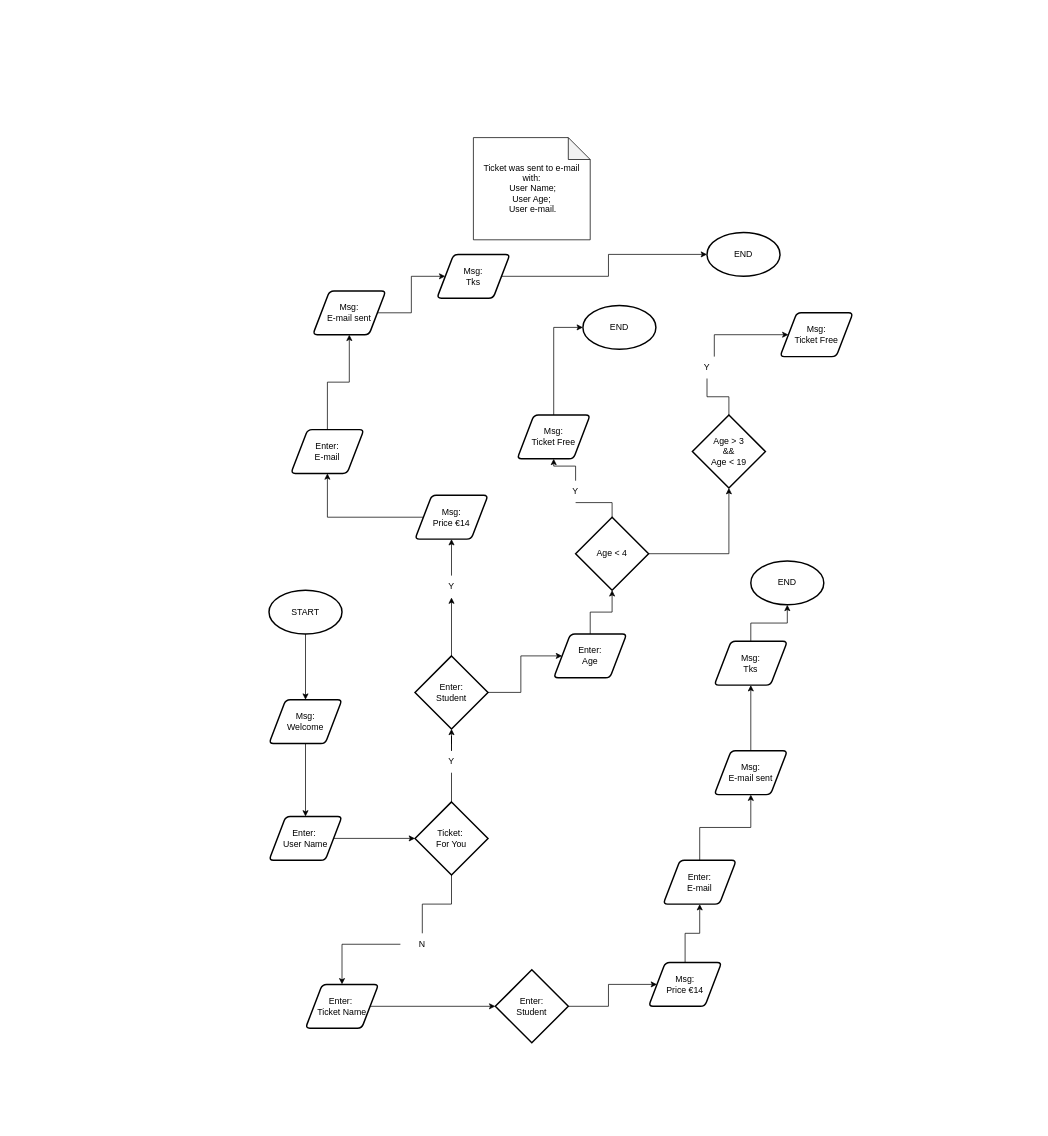
The draw.io diagram js/Untitled Diagram.drawio in sergio-oliveira-br/NCI-CA-Web-Design, before the edit. Source tidied: cells renumbered, new cells numbered last; positions are measured from the earlier drawing's top-left corner, leaving out a move shared by most shapes. Both pictures are drawn from the tidied source at 73%, with x=0, y=0 at pixel (269, 137).
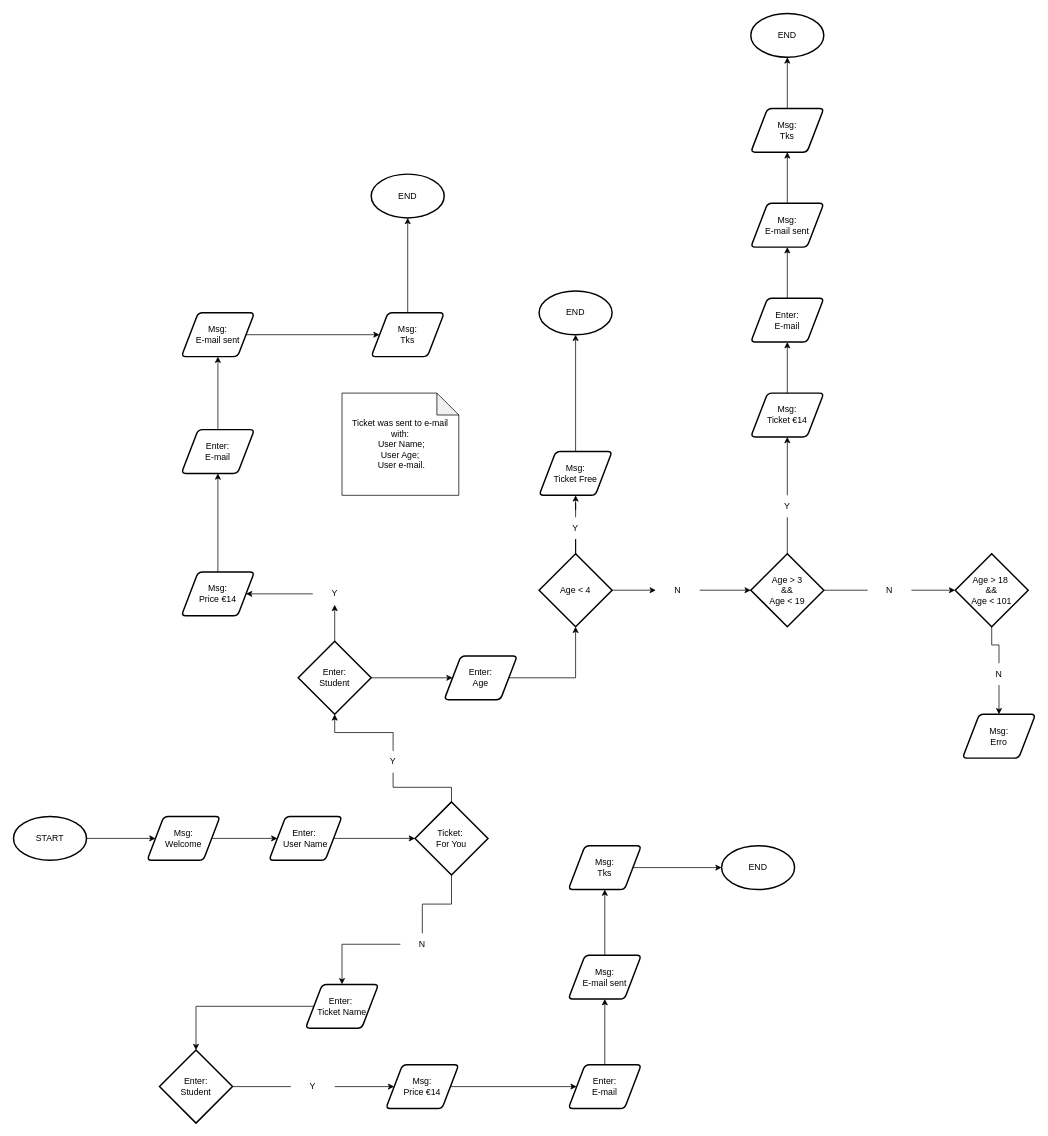
After the change.

Change to the diagram source:
```diff
@@
     <mxCell id="3" value="START" style="strokeWidth=2;html=1;shape=mxgraph.flowchart.start_1;whiteSpace=wrap;" parent="1" vertex="1">
-      <mxGeometry y="620" width="100" height="60" as="geometry" />
+      <mxGeometry x="-350" y="930" width="100" height="60" as="geometry" />
     </mxCell>
@@
     <mxCell id="5" value="Msg:&lt;br&gt;Welcome" style="shape=parallelogram;html=1;strokeWidth=2;perimeter=parallelogramPerimeter;whiteSpace=wrap;rounded=1;arcSize=12;size=0.23;" parent="1" vertex="1">
-      <mxGeometry y="770" width="100" height="60" as="geometry" />
+      <mxGeometry x="-167" y="930" width="100" height="60" as="geometry" />
     </mxCell>
@@
-    <mxCell id="11" style="edgeStyle=orthogonalEdgeStyle;rounded=0;jettySize=auto;html=1;endArrow=none;endFill=0;" parent="1" edge="1" source="42">
-      <mxGeometry relative="1" as="geometry">
-        <mxPoint x="250" y="830" as="targetPoint" />
-      </mxGeometry>
-    </mxCell>
@@
     <mxCell id="14" value="Enter:&lt;br&gt;Student" style="strokeWidth=2;html=1;shape=mxgraph.flowchart.decision;whiteSpace=wrap;" parent="1" vertex="1">
-      <mxGeometry x="200" y="710" width="100" height="100" as="geometry" />
+      <mxGeometry x="40" y="690" width="100" height="100" as="geometry" />
     </mxCell>
@@
     <mxCell id="16" value="Msg:&lt;br&gt;Price €14" style="shape=parallelogram;html=1;strokeWidth=2;perimeter=parallelogramPerimeter;whiteSpace=wrap;rounded=1;arcSize=12;size=0.23;" parent="1" vertex="1">
-      <mxGeometry x="200" y="490" width="100" height="60" as="geometry" />
+      <mxGeometry x="-120" y="595" width="100" height="60" as="geometry" />
     </mxCell>
@@
     <mxCell id="18" value="Y" style="text;html=1;strokeColor=none;fillColor=none;align=center;verticalAlign=middle;whiteSpace=wrap;rounded=0;" parent="1" vertex="1">
-      <mxGeometry x="220" y="600" width="60" height="30" as="geometry" />
+      <mxGeometry x="60" y="610" width="60" height="30" as="geometry" />
     </mxCell>
@@
     <mxCell id="20" value="Enter:&lt;br&gt;E-mail" style="shape=parallelogram;html=1;strokeWidth=2;perimeter=parallelogramPerimeter;whiteSpace=wrap;rounded=1;arcSize=12;size=0.23;" parent="1" vertex="1">
-      <mxGeometry x="30" y="400" width="100" height="60" as="geometry" />
+      <mxGeometry x="-120" y="400" width="100" height="60" as="geometry" />
     </mxCell>
@@
     <mxCell id="22" value="Msg:&lt;br&gt;E-mail sent" style="shape=parallelogram;html=1;strokeWidth=2;perimeter=parallelogramPerimeter;whiteSpace=wrap;rounded=1;arcSize=12;size=0.23;" parent="1" vertex="1">
-      <mxGeometry x="60" y="210" width="100" height="60" as="geometry" />
+      <mxGeometry x="-120" y="240" width="100" height="60" as="geometry" />
     </mxCell>
@@
     <mxCell id="24" value="Msg:&lt;br&gt;Tks" style="shape=parallelogram;html=1;strokeWidth=2;perimeter=parallelogramPerimeter;whiteSpace=wrap;rounded=1;arcSize=12;size=0.23;" parent="1" vertex="1">
-      <mxGeometry x="230" y="160" width="100" height="60" as="geometry" />
+      <mxGeometry x="140" y="240" width="100" height="60" as="geometry" />
     </mxCell>
     <mxCell id="25" value="END" style="strokeWidth=2;html=1;shape=mxgraph.flowchart.start_1;whiteSpace=wrap;" parent="1" vertex="1">
-      <mxGeometry x="600" y="130" width="100" height="60" as="geometry" />
+      <mxGeometry x="140" y="50" width="100" height="60" as="geometry" />
     </mxCell>
@@
     <mxCell id="28" value="Ticket was sent to e-mail with:&lt;br&gt;&amp;nbsp;User Name;&lt;br&gt;User Age;&lt;br&gt;&amp;nbsp;User e-mail." style="shape=note;whiteSpace=wrap;html=1;backgroundOutline=1;darkOpacity=0.05;" parent="1" vertex="1">
-      <mxGeometry x="280" width="160" height="140" as="geometry" />
+      <mxGeometry x="100" y="350" width="160" height="140" as="geometry" />
     </mxCell>
@@
-    <mxCell id="31" style="edgeStyle=orthogonalEdgeStyle;rounded=0;jettySize=auto;html=1;" parent="1" edge="1" source="32" target="34">
+    <mxCell id="31" style="edgeStyle=orthogonalEdgeStyle;rounded=0;jettySize=auto;html=1;" parent="1" edge="1" source="68" target="34">
       <mxGeometry relative="1" as="geometry" />
     </mxCell>
     <mxCell id="32" value="Enter:&lt;br&gt;Student" style="strokeWidth=2;html=1;shape=mxgraph.flowchart.decision;whiteSpace=wrap;" parent="1" vertex="1">
-      <mxGeometry x="310" y="1140" width="100" height="100" as="geometry" />
+      <mxGeometry x="-150" y="1250" width="100" height="100" as="geometry" />
     </mxCell>
@@
     <mxCell id="34" value="Msg:&lt;br&gt;Price €14" style="shape=parallelogram;html=1;strokeWidth=2;perimeter=parallelogramPerimeter;whiteSpace=wrap;rounded=1;arcSize=12;size=0.23;" parent="1" vertex="1">
-      <mxGeometry x="520" y="1130" width="100" height="60" as="geometry" />
+      <mxGeometry x="160" y="1270" width="100" height="60" as="geometry" />
     </mxCell>
@@
     <mxCell id="36" value="Enter:&lt;br&gt;E-mail" style="shape=parallelogram;html=1;strokeWidth=2;perimeter=parallelogramPerimeter;whiteSpace=wrap;rounded=1;arcSize=12;size=0.23;" parent="1" vertex="1">
-      <mxGeometry x="540" y="990" width="100" height="60" as="geometry" />
+      <mxGeometry x="410" y="1270" width="100" height="60" as="geometry" />
     </mxCell>
@@
     <mxCell id="38" value="Msg:&lt;br&gt;E-mail sent" style="shape=parallelogram;html=1;strokeWidth=2;perimeter=parallelogramPerimeter;whiteSpace=wrap;rounded=1;arcSize=12;size=0.23;" parent="1" vertex="1">
-      <mxGeometry x="610" y="840" width="100" height="60" as="geometry" />
+      <mxGeometry x="410" y="1120" width="100" height="60" as="geometry" />
     </mxCell>
@@
     <mxCell id="40" value="Msg:&lt;br&gt;Tks" style="shape=parallelogram;html=1;strokeWidth=2;perimeter=parallelogramPerimeter;whiteSpace=wrap;rounded=1;arcSize=12;size=0.23;" parent="1" vertex="1">
-      <mxGeometry x="610" y="690" width="100" height="60" as="geometry" />
+      <mxGeometry x="410" y="970" width="100" height="60" as="geometry" />
     </mxCell>
@@
     <mxCell id="42" value="Y" style="text;html=1;strokeColor=none;fillColor=none;align=center;verticalAlign=middle;whiteSpace=wrap;rounded=0;" parent="1" vertex="1">
-      <mxGeometry x="220" y="840" width="60" height="30" as="geometry" />
+      <mxGeometry x="140" y="840" width="60" height="30" as="geometry" />
     </mxCell>
     <mxCell id="43" value="END" style="strokeWidth=2;html=1;shape=mxgraph.flowchart.start_1;whiteSpace=wrap;" parent="1" vertex="1">
-      <mxGeometry x="660" y="580" width="100" height="60" as="geometry" />
+      <mxGeometry x="620" y="970" width="100" height="60" as="geometry" />
     </mxCell>
@@
     <mxCell id="45" value="Enter:&lt;br&gt;Age" style="shape=parallelogram;html=1;strokeWidth=2;perimeter=parallelogramPerimeter;whiteSpace=wrap;rounded=1;arcSize=12;size=0.23;" parent="1" vertex="1">
-      <mxGeometry x="390" y="680" width="100" height="60" as="geometry" />
+      <mxGeometry x="240" y="710" width="100" height="60" as="geometry" />
     </mxCell>
@@
-    <mxCell id="47" style="edgeStyle=orthogonalEdgeStyle;rounded=0;jettySize=auto;html=1;" parent="1" edge="1" source="48" target="53">
+    <mxCell id="47" style="edgeStyle=orthogonalEdgeStyle;rounded=0;jettySize=auto;html=1;" parent="1" edge="1" source="71" target="53">
       <mxGeometry relative="1" as="geometry" />
     </mxCell>
     <mxCell id="48" value="Age &amp;lt; 4" style="strokeWidth=2;html=1;shape=mxgraph.flowchart.decision;whiteSpace=wrap;" parent="1" vertex="1">
-      <mxGeometry x="420" y="520" width="100" height="100" as="geometry" />
+      <mxGeometry x="370" y="570" width="100" height="100" as="geometry" />
     </mxCell>
     <mxCell id="49" style="edgeStyle=orthogonalEdgeStyle;rounded=0;jettySize=auto;html=1;" parent="1" edge="1" source="50" target="51">
-      <mxGeometry relative="1" as="geometry">
-        <Array as="points">
-          <mxPoint x="390" y="260" />
-        </Array>
-      </mxGeometry>
+      <mxGeometry relative="1" as="geometry" />
     </mxCell>
     <mxCell id="50" value="Msg:&lt;br&gt;Ticket Free" style="shape=parallelogram;html=1;strokeWidth=2;perimeter=parallelogramPerimeter;whiteSpace=wrap;rounded=1;arcSize=12;size=0.23;" parent="1" vertex="1">
-      <mxGeometry x="340" y="380" width="100" height="60" as="geometry" />
+      <mxGeometry x="370" y="430" width="100" height="60" as="geometry" />
     </mxCell>
     <mxCell id="51" value="END" style="strokeWidth=2;html=1;shape=mxgraph.flowchart.start_1;whiteSpace=wrap;" parent="1" vertex="1">
-      <mxGeometry x="430" y="230" width="100" height="60" as="geometry" />
+      <mxGeometry x="370" y="210" width="100" height="60" as="geometry" />
     </mxCell>
-    <mxCell id="52" style="edgeStyle=orthogonalEdgeStyle;rounded=0;jettySize=auto;html=1;" parent="1" edge="1" source="58" target="56">
-      <mxGeometry relative="1" as="geometry">
-        <Array as="points">
-          <mxPoint x="610" y="270" />
-        </Array>
-      </mxGeometry>
-    </mxCell>
+    <mxCell id="59" style="edgeStyle=orthogonalEdgeStyle;rounded=0;jettySize=auto;html=1;" parent="1" edge="1" source="75" target="73">
+      <mxGeometry relative="1" as="geometry" />
+    </mxCell>
     <mxCell id="53" value="Age &amp;gt; 3 &lt;br&gt;&amp;amp;&amp;amp; &lt;br&gt;Age &amp;lt; 19" style="strokeWidth=2;html=1;shape=mxgraph.flowchart.decision;whiteSpace=wrap;" parent="1" vertex="1">
-      <mxGeometry x="580" y="380" width="100" height="100" as="geometry" />
+      <mxGeometry x="660" y="570" width="100" height="100" as="geometry" />
     </mxCell>
@@
     <mxCell id="55" value="Y" style="text;html=1;strokeColor=none;fillColor=none;align=center;verticalAlign=middle;whiteSpace=wrap;rounded=0;" parent="1" vertex="1">
-      <mxGeometry x="390" y="470" width="60" height="30" as="geometry" />
+      <mxGeometry x="390" y="520" width="60" height="30" as="geometry" />
     </mxCell>
+    <mxCell id="60" style="edgeStyle=orthogonalEdgeStyle;rounded=0;jettySize=auto;html=1;" parent="1" edge="1" source="56" target="62">
+      <mxGeometry relative="1" as="geometry" />
+    </mxCell>
-    <mxCell id="56" value="Msg:&lt;br&gt;Ticket Free" style="shape=parallelogram;html=1;strokeWidth=2;perimeter=parallelogramPerimeter;whiteSpace=wrap;rounded=1;arcSize=12;size=0.23;" parent="1" vertex="1">
-      <mxGeometry x="700" y="240" width="100" height="60" as="geometry" />
+    <mxCell id="56" value="Msg:&lt;br&gt;Ticket €14" style="shape=parallelogram;html=1;strokeWidth=2;perimeter=parallelogramPerimeter;whiteSpace=wrap;rounded=1;arcSize=12;size=0.23;" parent="1" vertex="1">
+      <mxGeometry x="660" y="350" width="100" height="60" as="geometry" />
     </mxCell>
@@
+    <mxCell id="52" style="edgeStyle=orthogonalEdgeStyle;rounded=0;jettySize=auto;html=1;" parent="1" edge="1" source="58" target="56">
+      <mxGeometry relative="1" as="geometry" />
+    </mxCell>
     <mxCell id="58" value="Y" style="text;html=1;strokeColor=none;fillColor=none;align=center;verticalAlign=middle;whiteSpace=wrap;rounded=0;" parent="1" vertex="1">
-      <mxGeometry x="570" y="300" width="60" height="30" as="geometry" />
+      <mxGeometry x="680" y="490" width="60" height="30" as="geometry" />
     </mxCell>
+    <mxCell id="61" style="edgeStyle=orthogonalEdgeStyle;rounded=0;jettySize=auto;html=1;" parent="1" edge="1" source="62" target="64">
+      <mxGeometry relative="1" as="geometry" />
+    </mxCell>
+    <mxCell id="62" value="Enter:&lt;br&gt;E-mail" style="shape=parallelogram;html=1;strokeWidth=2;perimeter=parallelogramPerimeter;whiteSpace=wrap;rounded=1;arcSize=12;size=0.23;" parent="1" vertex="1">
+      <mxGeometry x="660" y="220" width="100" height="60" as="geometry" />
+    </mxCell>
+    <mxCell id="63" style="edgeStyle=orthogonalEdgeStyle;rounded=0;jettySize=auto;html=1;" parent="1" edge="1" source="64" target="66">
+      <mxGeometry relative="1" as="geometry" />
+    </mxCell>
+    <mxCell id="64" value="Msg:&lt;br&gt;E-mail sent" style="shape=parallelogram;html=1;strokeWidth=2;perimeter=parallelogramPerimeter;whiteSpace=wrap;rounded=1;arcSize=12;size=0.23;" parent="1" vertex="1">
+      <mxGeometry x="660" y="90" width="100" height="60" as="geometry" />
+    </mxCell>
+    <mxCell id="65" style="edgeStyle=orthogonalEdgeStyle;rounded=0;jettySize=auto;html=1;" parent="1" edge="1" source="66" target="69">
+      <mxGeometry relative="1" as="geometry" />
+    </mxCell>
+    <mxCell id="66" value="Msg:&lt;br&gt;Tks" style="shape=parallelogram;html=1;strokeWidth=2;perimeter=parallelogramPerimeter;whiteSpace=wrap;rounded=1;arcSize=12;size=0.23;" parent="1" vertex="1">
+      <mxGeometry x="660" y="-40" width="100" height="60" as="geometry" />
+    </mxCell>
+    <mxCell id="67" style="edgeStyle=orthogonalEdgeStyle;rounded=0;jettySize=auto;html=1;endArrow=none;endFill=0;" parent="1" edge="1" source="32" target="68">
+      <mxGeometry relative="1" as="geometry" />
+    </mxCell>
+    <mxCell id="68" value="Y" style="text;html=1;strokeColor=none;fillColor=none;align=center;verticalAlign=middle;whiteSpace=wrap;rounded=0;" parent="1" vertex="1">
+      <mxGeometry x="30" y="1285" width="60" height="30" as="geometry" />
+    </mxCell>
+    <mxCell id="69" value="END" style="strokeWidth=2;html=1;shape=mxgraph.flowchart.start_1;whiteSpace=wrap;" parent="1" vertex="1">
+      <mxGeometry x="660" y="-170" width="100" height="60" as="geometry" />
+    </mxCell>
+    <mxCell id="70" style="edgeStyle=orthogonalEdgeStyle;rounded=0;jettySize=auto;html=1;" parent="1" edge="1" source="48" target="71">
+      <mxGeometry relative="1" as="geometry" />
+    </mxCell>
+    <mxCell id="71" value="N" style="text;html=1;strokeColor=none;fillColor=none;align=center;verticalAlign=middle;whiteSpace=wrap;rounded=0;" parent="1" vertex="1">
+      <mxGeometry x="530" y="605" width="60" height="30" as="geometry" />
+    </mxCell>
+    <mxCell id="72" style="edgeStyle=orthogonalEdgeStyle;rounded=0;jettySize=auto;html=1;" parent="1" edge="1" source="78" target="76">
+      <mxGeometry relative="1" as="geometry" />
+    </mxCell>
+    <mxCell id="73" value="Age &amp;gt; 18&amp;nbsp;&lt;br&gt;&amp;amp;&amp;amp; &lt;br&gt;Age &amp;lt; 101" style="strokeWidth=2;html=1;shape=mxgraph.flowchart.decision;whiteSpace=wrap;" parent="1" vertex="1">
+      <mxGeometry x="940" y="570" width="100" height="100" as="geometry" />
+    </mxCell>
+    <mxCell id="74" style="edgeStyle=orthogonalEdgeStyle;rounded=0;jettySize=auto;html=1;endArrow=none;endFill=0;" parent="1" edge="1" source="53" target="75">
+      <mxGeometry relative="1" as="geometry" />
+    </mxCell>
+    <mxCell id="75" value="N" style="text;html=1;strokeColor=none;fillColor=none;align=center;verticalAlign=middle;whiteSpace=wrap;rounded=0;" parent="1" vertex="1">
+      <mxGeometry x="820" y="605" width="60" height="30" as="geometry" />
+    </mxCell>
+    <mxCell id="76" value="Msg:&lt;br&gt;Erro" style="shape=parallelogram;html=1;strokeWidth=2;perimeter=parallelogramPerimeter;whiteSpace=wrap;rounded=1;arcSize=12;size=0.23;" parent="1" vertex="1">
+      <mxGeometry x="950" y="790" width="100" height="60" as="geometry" />
+    </mxCell>
+    <mxCell id="77" style="edgeStyle=orthogonalEdgeStyle;rounded=0;jettySize=auto;html=1;endArrow=none;endFill=0;" parent="1" edge="1" source="73" target="78">
+      <mxGeometry relative="1" as="geometry" />
+    </mxCell>
+    <mxCell id="78" value="N" style="text;html=1;strokeColor=none;fillColor=none;align=center;verticalAlign=middle;whiteSpace=wrap;rounded=0;" parent="1" vertex="1">
+      <mxGeometry x="970" y="720" width="60" height="30" as="geometry" />
+    </mxCell>
```
